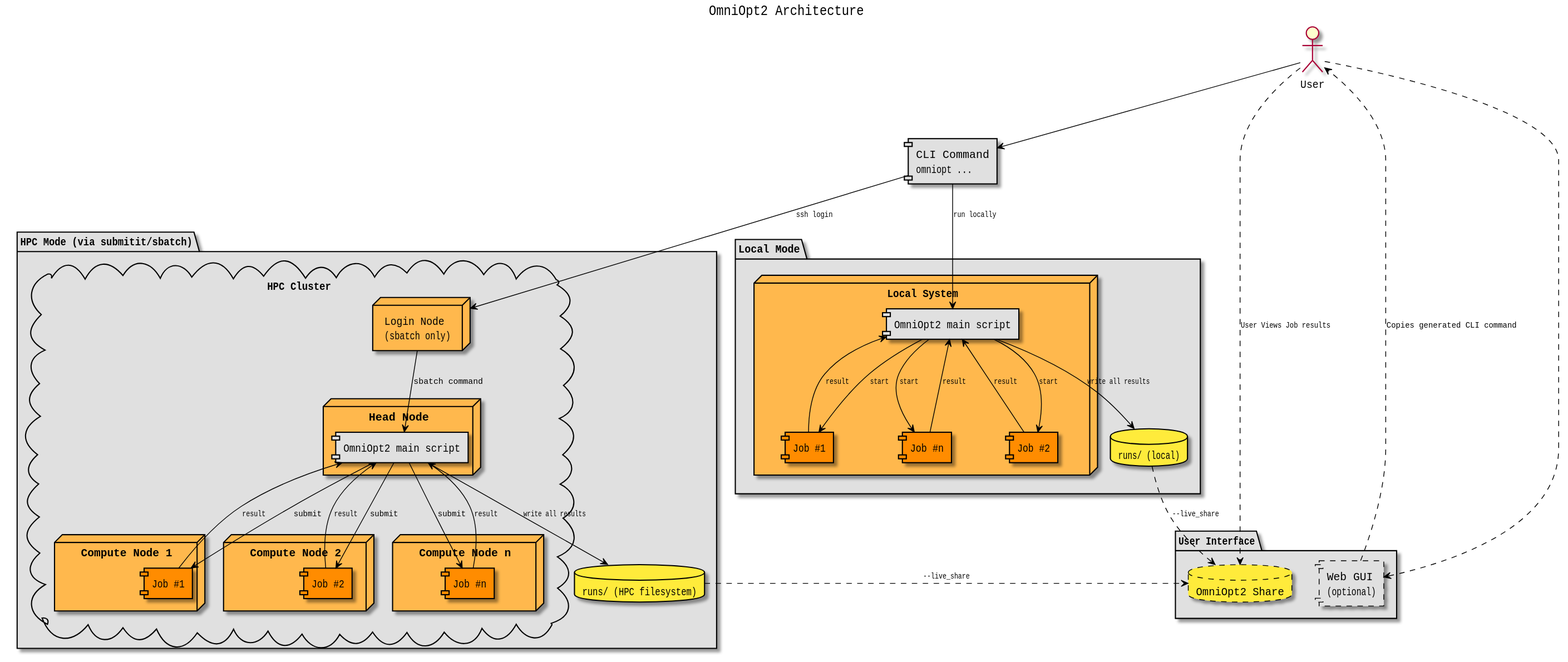
This is .gui/documentation/output_light/architecture.svg from NormanTUD/OmniOpt, a PlantUML export, as it was before one commit.
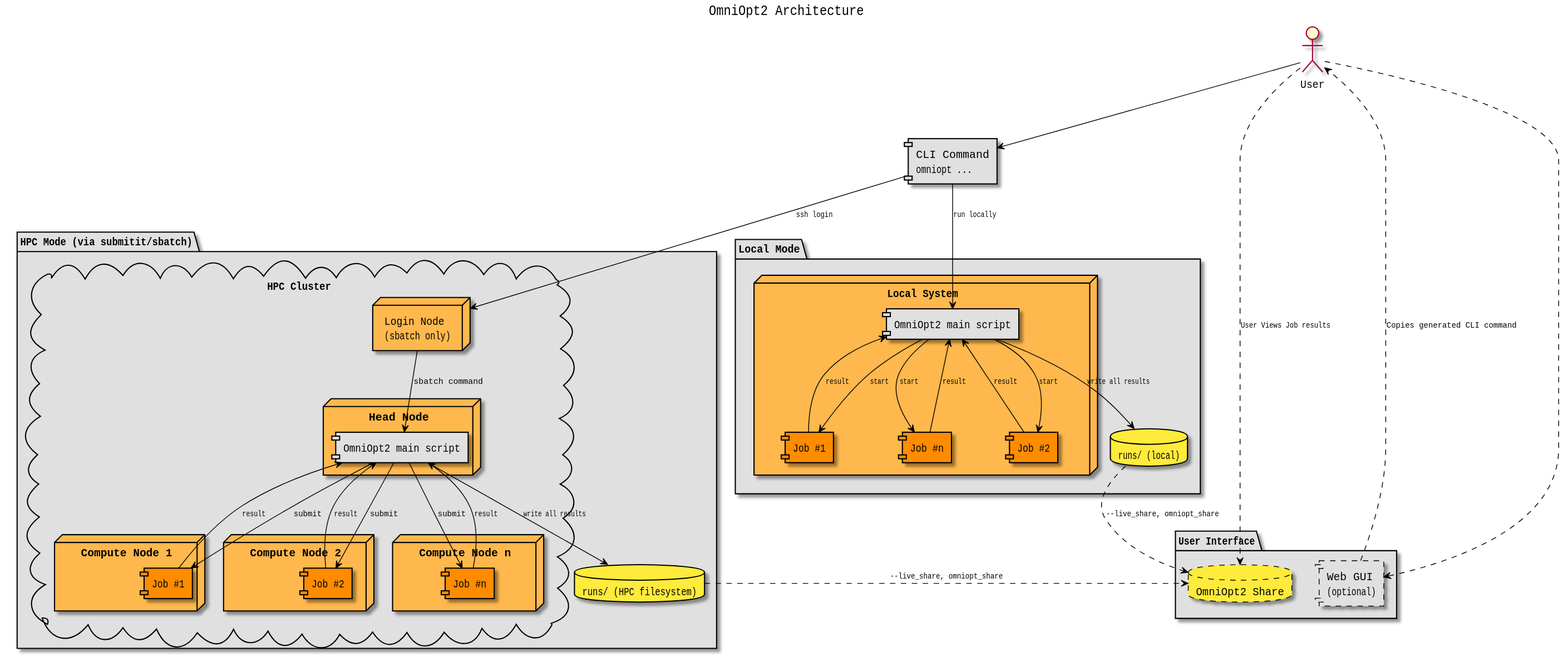
Above is the later version.

Commit message:
added omniopt_share to architecture.puml

The edit, as a diff of the source:
```diff
@@ -64,7 +64,7 @@
   LocalJobN --> LocalCore : result
 
   LocalCore --> LocalRuns : write all results
-  LocalRuns ..> Share : --live_share
+  LocalRuns ..> Share : --live_share, omniopt_share
 }
 
 package "HPC Mode (via submitit/sbatch)" {
@@ -99,7 +99,7 @@
   HPCJobN --> HPCMaster : result
 
   HPCMaster --> HPCRuns : write all results
-  HPCRuns ..> Share : --live_share
+  HPCRuns ..> Share : --live_share, omniopt_share
 }
 
 @enduml
```
